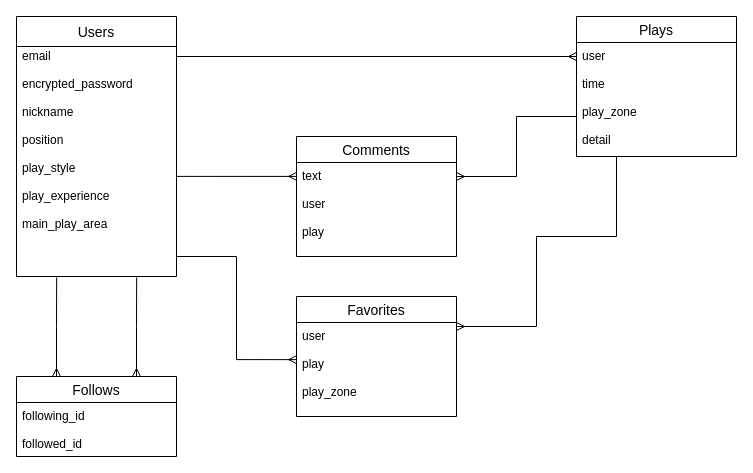
The draw.io diagram さかともER.dio in ackey-getup/sakatomo, before the edit. Source tidied: cells renumbered, new cells numbered last; positions are measured from the earlier drawing's top-left corner, leaving out a move shared by most shapes. Both pictures are drawn from the tidied source at 100%, with x=0, y=0 at pixel (16, 16).
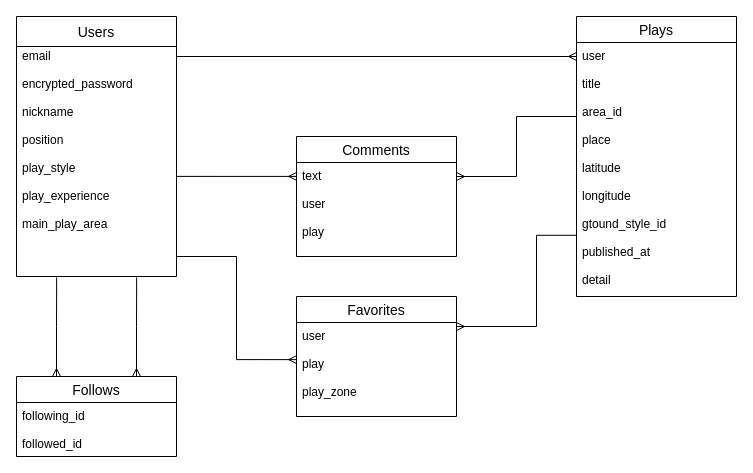
The same page after the edit.

The change refers to these unchanged cells:
```xml
<mxCell id="14" value="Favorites" style="swimlane;fontStyle=0;horizontal=1;startSize=26;align=center;fontSize=14;" parent="1" vertex="1">
  <mxGeometry x="280" y="280" width="160" height="120" as="geometry" />
</mxCell>
```

Change to the diagram source:
```diff
@@
     <mxCell id="4" value="Plays" style="swimlane;fontStyle=0;horizontal=1;startSize=26;align=center;fontSize=14;" parent="1" vertex="1">
-      <mxGeometry x="560" width="160" height="140" as="geometry" />
+      <mxGeometry x="560" width="160" height="280" as="geometry" />
     </mxCell>
-    <mxCell id="5" value="user&#10;&#10;time&#10;&#10;play_zone&#10;&#10;detail" style="text;strokeColor=none;fillColor=none;spacingLeft=4;spacingRight=4;overflow=hidden;points=[[0,0.5],[1,0.5]];portConstraint=eastwest;fontSize=12;" parent="4" vertex="1">
-      <mxGeometry y="26" width="160" height="114" as="geometry" />
+    <mxCell id="5" value="user&#10;&#10;title&#10;&#10;area_id&#10;&#10;place&#10;&#10;latitude&#10;&#10;longitude&#10;&#10;gtound_style_id&#10;&#10;published_at&#10;&#10;detail" style="text;strokeColor=none;fillColor=none;spacingLeft=4;spacingRight=4;overflow=hidden;points=[[0,0.5],[1,0.5]];portConstraint=eastwest;fontSize=12;" parent="4" vertex="1">
+      <mxGeometry y="26" width="160" height="254" as="geometry" />
     </mxCell>
@@
-    <mxCell id="13" style="edgeStyle=orthogonalEdgeStyle;rounded=0;jettySize=auto;html=1;exitX=1;exitY=0.25;exitDx=0;exitDy=0;entryX=0.25;entryY=1.003;entryDx=0;entryDy=0;entryPerimeter=0;startArrow=ERmany;startFill=0;endArrow=none;endFill=0;" parent="1" edge="1" source="14" target="5">
+    <mxCell id="13" style="edgeStyle=orthogonalEdgeStyle;rounded=0;jettySize=auto;html=1;exitX=1;exitY=0.25;exitDx=0;exitDy=0;startArrow=ERmany;startFill=0;endArrow=none;endFill=0;entryX=0.002;entryY=0.759;entryDx=0;entryDy=0;entryPerimeter=0;" parent="1" edge="1" source="14" target="5">
       <mxGeometry relative="1" as="geometry">
         <Array as="points">
           <mxPoint x="520" y="310" />
-          <mxPoint x="520" y="220" />
-          <mxPoint x="600" y="220" />
+          <mxPoint x="520" y="219" />
         </Array>
       </mxGeometry>
     </mxCell>
```
